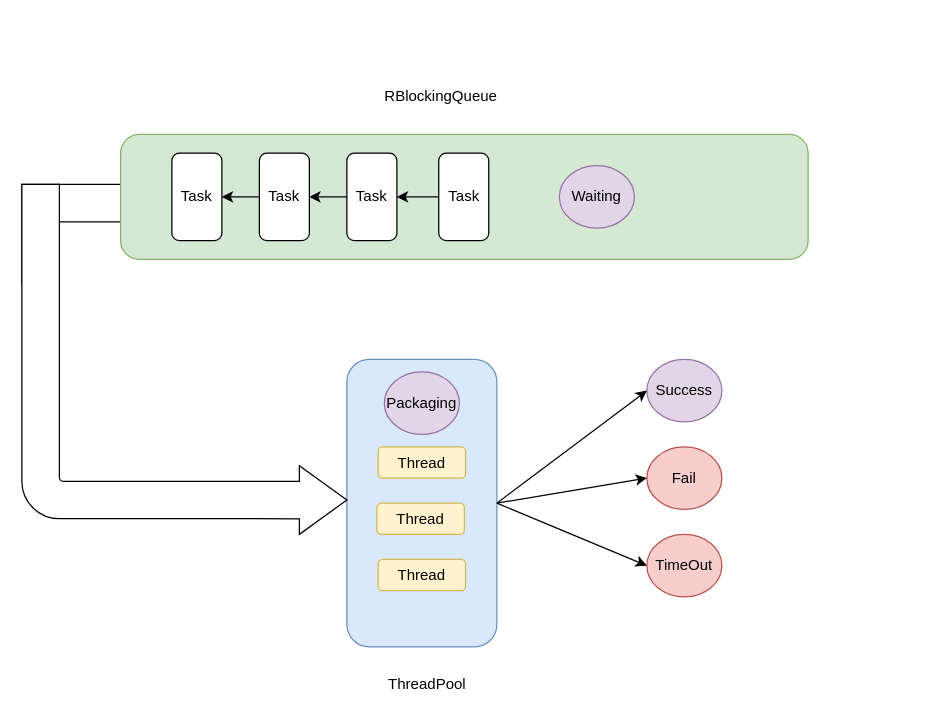
eru97/draw-io keeps this draw.io diagram as packageQueue.drawio. Above is the earlier version. Source tidied: cells renumbered, new cells numbered last; positions are measured from the earlier drawing's top-left corner, leaving out a move shared by most shapes. Both pictures are drawn from the tidied source at 125%, with x=0, y=0 at pixel (21, 84).
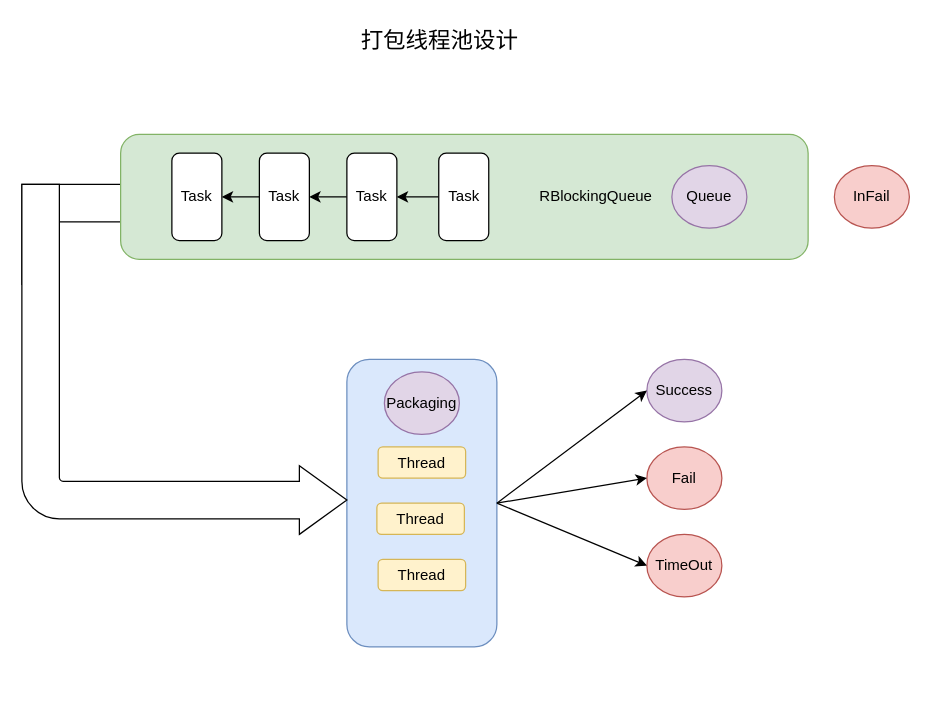
After the change.

Diff of the diagram source:
```diff
@@
     <mxCell id="4" value="RBlockingQueue" style="text;html=1;align=center;verticalAlign=middle;" parent="1" vertex="1">
-      <mxGeometry x="280" width="110" height="20" as="geometry" />
+      <mxGeometry x="404" y="80" width="110" height="20" as="geometry" />
     </mxCell>
@@
-    <mxCell id="13" value="ThreadPool" style="text;html=1;align=center;verticalAlign=middle;" parent="1" vertex="1">
-      <mxGeometry x="284" y="470" width="80" height="20" as="geometry" />
-    </mxCell>
@@
-    <mxCell id="24" value="Waiting" style="ellipse;whiteSpace=wrap;html=1;rounded=1;shadow=0;fillColor=#e1d5e7;strokeColor=#9673a6;" parent="1" vertex="1">
-      <mxGeometry x="430" y="65" width="60" height="50" as="geometry" />
+    <mxCell id="24" value="Queue" style="ellipse;whiteSpace=wrap;html=1;rounded=1;shadow=0;fillColor=#e1d5e7;strokeColor=#9673a6;" parent="1" vertex="1">
+      <mxGeometry x="520" y="65" width="60" height="50" as="geometry" />
     </mxCell>
@@
+    <mxCell id="26" value="InFail" style="ellipse;whiteSpace=wrap;html=1;rounded=1;shadow=0;strokeColor=#b85450;fillColor=#f8cecc;" parent="1" vertex="1">
+      <mxGeometry x="650" y="65" width="60" height="50" as="geometry" />
+    </mxCell>
+    <mxCell id="27" value="打包线程池设计" style="text;html=1;align=center;verticalAlign=middle;fontSize=18;" parent="1" vertex="1">
+      <mxGeometry x="264" y="-50" width="140" height="30" as="geometry" />
+    </mxCell>
```
